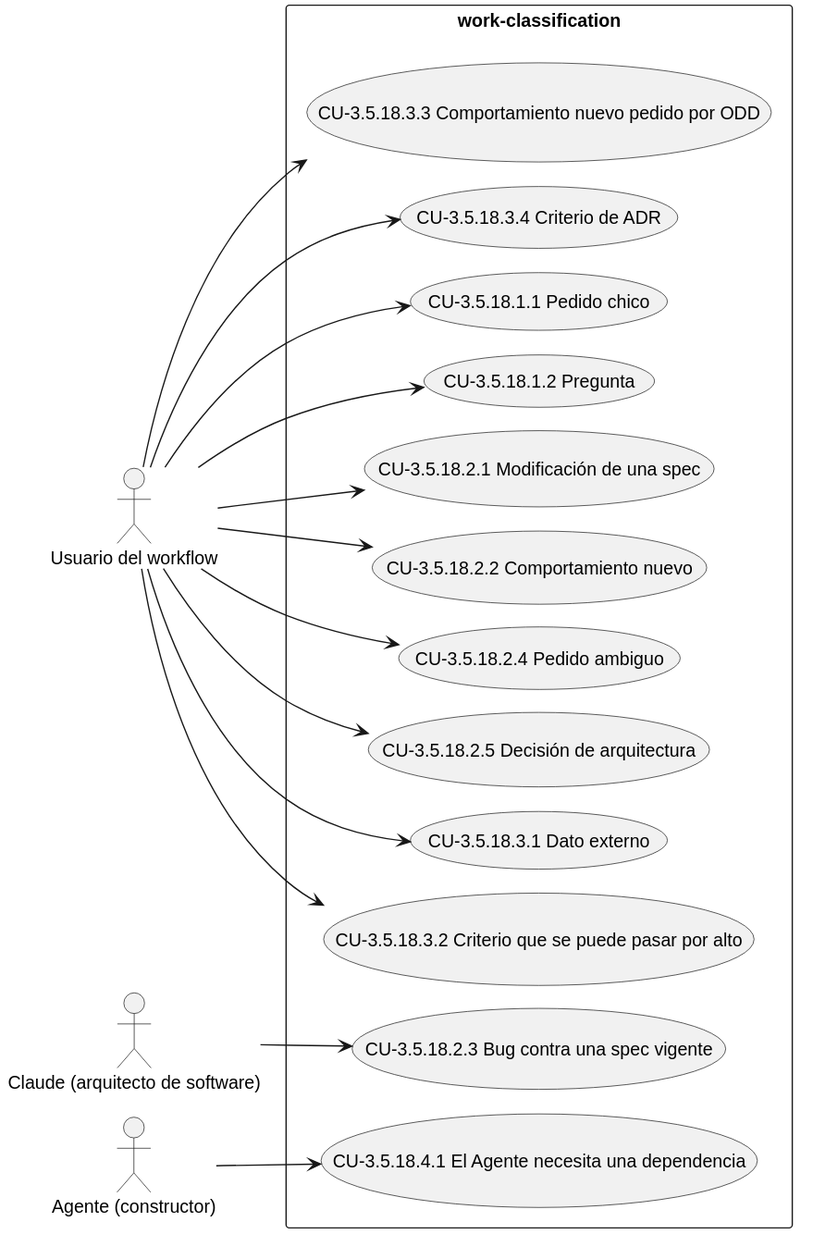
Earlier version of the PlantUML export docs/diagramas/CAP-3.5.18.svg (Lautaro-Montecchiani/sdd-global-config). Source of this version:
```plantuml
@startuml
!pragma layout smetana
left to right direction
actor "Usuario del workflow" as A1
actor "Claude (arquitecto de software)" as A2
actor "Agente (constructor)" as A3
rectangle "work-classification" {
  usecase "CU-3.5.18.1.1 Pedido chico" as UC_3_5_18_1_1
  usecase "CU-3.5.18.1.2 Pregunta" as UC_3_5_18_1_2
  usecase "CU-3.5.18.2.1 Modificación de una spec" as UC_3_5_18_2_1
  usecase "CU-3.5.18.2.2 Comportamiento nuevo" as UC_3_5_18_2_2
  usecase "CU-3.5.18.2.3 Bug contra una spec vigente" as UC_3_5_18_2_3
  usecase "CU-3.5.18.2.4 Pedido ambiguo" as UC_3_5_18_2_4
  usecase "CU-3.5.18.2.5 Decisión de arquitectura" as UC_3_5_18_2_5
  usecase "CU-3.5.18.3.1 Dato externo" as UC_3_5_18_3_1
  usecase "CU-3.5.18.3.2 Criterio que se puede pasar por alto" as UC_3_5_18_3_2
  usecase "CU-3.5.18.3.3 Comportamiento nuevo pedido por ODD" as UC_3_5_18_3_3
  usecase "CU-3.5.18.3.4 Criterio de ADR" as UC_3_5_18_3_4
  usecase "CU-3.5.18.4.1 El Agente necesita una dependencia" as UC_3_5_18_4_1
}
A1 --> UC_3_5_18_1_1
A1 --> UC_3_5_18_1_2
A1 --> UC_3_5_18_2_1
A1 --> UC_3_5_18_2_2
A2 --> UC_3_5_18_2_3
A1 --> UC_3_5_18_2_4
A1 --> UC_3_5_18_2_5
A1 --> UC_3_5_18_3_1
A1 --> UC_3_5_18_3_2
A1 --> UC_3_5_18_3_3
A1 --> UC_3_5_18_3_4
A3 --> UC_3_5_18_4_1
@enduml
```
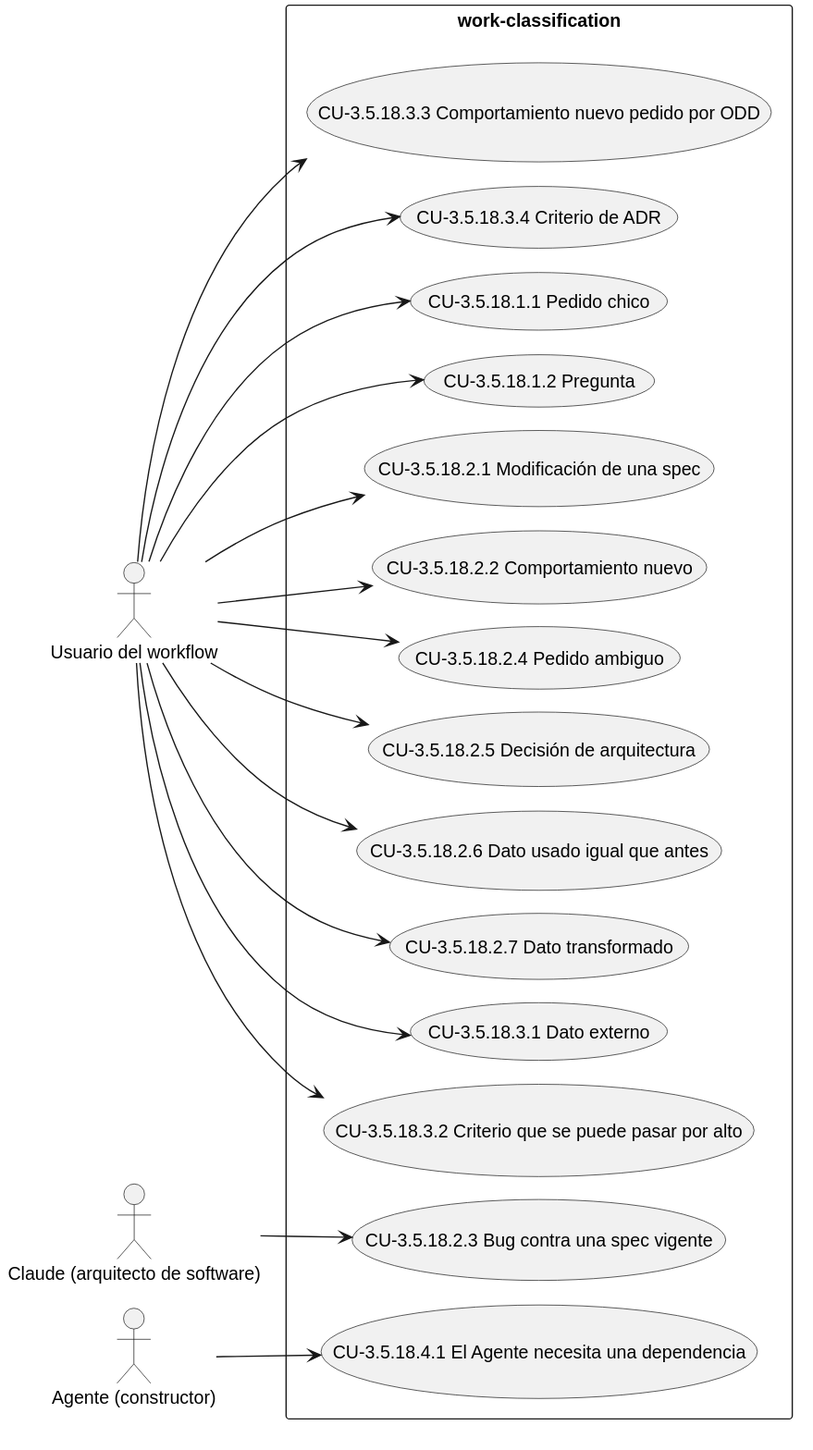
Later version of the same file.

Diff of the diagram source:
```diff
@@ -12,6 +12,8 @@
   usecase "CU-3.5.18.2.3 Bug contra una spec vigente" as UC_3_5_18_2_3
   usecase "CU-3.5.18.2.4 Pedido ambiguo" as UC_3_5_18_2_4
   usecase "CU-3.5.18.2.5 Decisión de arquitectura" as UC_3_5_18_2_5
+  usecase "CU-3.5.18.2.6 Dato usado igual que antes" as UC_3_5_18_2_6
+  usecase "CU-3.5.18.2.7 Dato transformado" as UC_3_5_18_2_7
   usecase "CU-3.5.18.3.1 Dato externo" as UC_3_5_18_3_1
   usecase "CU-3.5.18.3.2 Criterio que se puede pasar por alto" as UC_3_5_18_3_2
   usecase "CU-3.5.18.3.3 Comportamiento nuevo pedido por ODD" as UC_3_5_18_3_3
@@ -25,6 +27,8 @@
 A2 --> UC_3_5_18_2_3
 A1 --> UC_3_5_18_2_4
 A1 --> UC_3_5_18_2_5
+A1 --> UC_3_5_18_2_6
+A1 --> UC_3_5_18_2_7
 A1 --> UC_3_5_18_3_1
 A1 --> UC_3_5_18_3_2
 A1 --> UC_3_5_18_3_3
```
